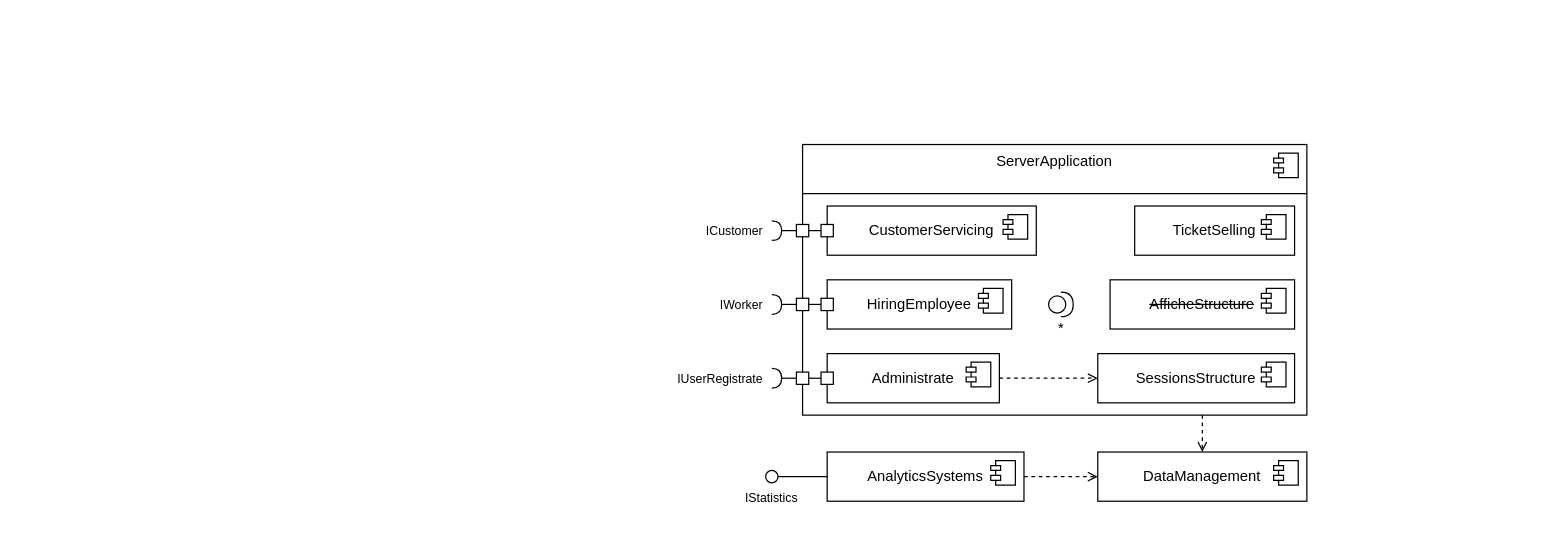
The draw.io diagram Диаграмма компонентов.drawio in ANDaniell/-design-practice, before the edit. Source tidied: cells renumbered, new cells numbered last; positions are measured from the earlier drawing's top-left corner, leaving out a move shared by most shapes. Both pictures are drawn from the tidied source at 123%, with x=0, y=0 at pixel (765, 144).
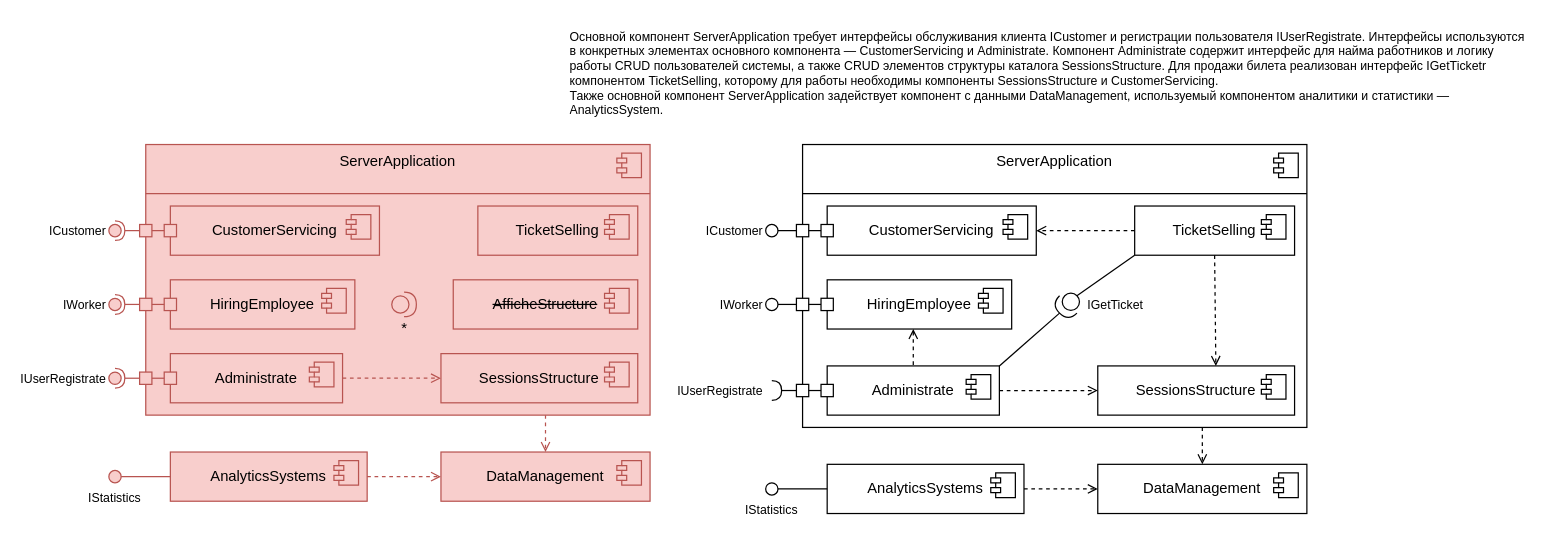
Above is the later version.

The change refers to these unchanged cells:
```xml
<mxCell id="19" value="TicketSelling" style="html=1;whiteSpace=wrap;align=center;verticalAlign=middle;" parent="1" vertex="1">
  <mxGeometry x="300" y="50" width="130" height="40" as="geometry" />
</mxCell>
<mxCell id="21" value="CustomerServicing" style="html=1;whiteSpace=wrap;align=center;verticalAlign=middle;" parent="1" vertex="1">
  <mxGeometry x="50" y="50" width="170" height="40" as="geometry" />
</mxCell>
<mxCell id="37" style="whiteSpace=wrap;html=1;" parent="1" vertex="1">
  <mxGeometry x="25" y="125" width="10" height="10" as="geometry" />
</mxCell>
```

The edit, as a diff of the source:
```diff
@@
     <mxCell id="2" value="ServerApplication" style="html=1;whiteSpace=wrap;verticalAlign=top;" parent="1" vertex="1">
-      <mxGeometry x="30" width="410" height="220" as="geometry" />
+      <mxGeometry x="30" width="410" height="230" as="geometry" />
     </mxCell>
@@
     <mxCell id="5" value="Administrate" style="html=1;whiteSpace=wrap;align=center;verticalAlign=middle;" parent="1" vertex="1">
-      <mxGeometry x="50" y="170" width="140" height="40" as="geometry" />
+      <mxGeometry x="50" y="180" width="140" height="40" as="geometry" />
     </mxCell>
@@
     <mxCell id="7" value="AnalyticsSystems" style="html=1;whiteSpace=wrap;align=center;verticalAlign=middle;" parent="1" vertex="1">
-      <mxGeometry x="50" y="250" width="160" height="40" as="geometry" />
+      <mxGeometry x="50" y="260" width="160" height="40" as="geometry" />
     </mxCell>
@@
     <mxCell id="9" value="DataManagement" style="html=1;whiteSpace=wrap;align=center;verticalAlign=middle;" parent="1" vertex="1">
-      <mxGeometry x="270" y="250" width="170" height="40" as="geometry" />
+      <mxGeometry x="270" y="260" width="170" height="40" as="geometry" />
     </mxCell>
@@
     <mxCell id="11" value="IStatistics" style="ellipse;whiteSpace=wrap;html=1;labelPosition=center;verticalLabelPosition=bottom;align=center;verticalAlign=top;fontSize=10;" parent="1" vertex="1">
-      <mxGeometry y="265" width="10" height="10" as="geometry" />
+      <mxGeometry y="275" width="10" height="10" as="geometry" />
     </mxCell>
@@
-    <mxCell id="13" value="&lt;strike&gt;AfficheStructure&lt;/strike&gt;" style="html=1;whiteSpace=wrap;align=center;verticalAlign=middle;" parent="1" vertex="1">
-      <mxGeometry x="280" y="110" width="150" height="40" as="geometry" />
-    </mxCell>
-    <mxCell id="14" style="shape=module;jettyWidth=8;jettyHeight=4;" parent="13" vertex="1">
-      <mxGeometry x="1" width="20" height="20" relative="1" as="geometry">
-        <mxPoint x="-27" y="7" as="offset" />
-      </mxGeometry>
-    </mxCell>
     <mxCell id="15" value="SessionsStructure" style="html=1;whiteSpace=wrap;align=center;verticalAlign=middle;" parent="1" vertex="1">
-      <mxGeometry x="270" y="170" width="160" height="40" as="geometry" />
+      <mxGeometry x="270" y="180" width="160" height="40" as="geometry" />
     </mxCell>
@@
-    <mxCell id="23" style="rounded=0;jettySize=auto;html=1;endArrow=halfCircle;endFill=0;endSize=6;strokeWidth=1;sketch=0;fontSize=12;curved=1;" parent="1" edge="1" target="24">
-      <mxGeometry relative="1" as="geometry">
-        <mxPoint x="30" y="70" as="sourcePoint" />
-      </mxGeometry>
-    </mxCell>
-    <mxCell id="24" value="ICustomer" style="ellipse;whiteSpace=wrap;html=1;align=right;fillColor=none;strokeColor=none;perimeter=centerPerimeter;points=[];outlineConnect=1;labelPosition=left;verticalLabelPosition=middle;verticalAlign=middle;fontSize=10;" parent="1" vertex="1">
-      <mxGeometry y="65" width="10" height="10" as="geometry" />
-    </mxCell>
-    <mxCell id="25" style="whiteSpace=wrap;html=1;" parent="1" vertex="1">
-      <mxGeometry x="45" y="65" width="10" height="10" as="geometry" />
-    </mxCell>
-    <mxCell id="26" style="whiteSpace=wrap;html=1;" parent="1" vertex="1">
-      <mxGeometry x="25" y="65" width="10" height="10" as="geometry" />
-    </mxCell>
-    <mxCell id="27" value="*" style="shape=providedRequiredInterface;html=1;verticalLabelPosition=bottom;sketch=0;" parent="1" vertex="1">
-      <mxGeometry x="230" y="120" width="20" height="20" as="geometry" />
-    </mxCell>
-    <mxCell id="28" style="endArrow=none;html=1;rounded=0;exitX=1;exitY=0.5;exitDx=0;exitDy=0;entryX=0;entryY=0.5;entryDx=0;entryDy=0;" parent="1" edge="1" source="26" target="25">
-      <mxGeometry relative="1" as="geometry" />
-    </mxCell>
     <mxCell id="29" style="rounded=0;jettySize=auto;html=1;endArrow=halfCircle;endFill=0;endSize=6;strokeWidth=1;sketch=0;fontSize=12;curved=1;" parent="1" edge="1" target="30">
       <mxGeometry relative="1" as="geometry">
-        <mxPoint x="30" y="190" as="sourcePoint" />
+        <mxPoint x="30" y="200" as="sourcePoint" />
       </mxGeometry>
     </mxCell>
     <mxCell id="30" value="IUserRegistrate" style="ellipse;whiteSpace=wrap;html=1;align=right;fillColor=none;strokeColor=none;perimeter=centerPerimeter;points=[];outlineConnect=1;labelPosition=left;verticalLabelPosition=middle;verticalAlign=middle;fontSize=10;" parent="1" vertex="1">
-      <mxGeometry y="185" width="10" height="10" as="geometry" />
+      <mxGeometry y="195" width="10" height="10" as="geometry" />
     </mxCell>
     <mxCell id="31" style="whiteSpace=wrap;html=1;" parent="1" vertex="1">
-      <mxGeometry x="45" y="185" width="10" height="10" as="geometry" />
+      <mxGeometry x="45" y="195" width="10" height="10" as="geometry" />
     </mxCell>
     <mxCell id="32" style="whiteSpace=wrap;html=1;" parent="1" vertex="1">
-      <mxGeometry x="25" y="185" width="10" height="10" as="geometry" />
+      <mxGeometry x="25" y="195" width="10" height="10" as="geometry" />
     </mxCell>
@@
-    <mxCell id="34" style="rounded=0;jettySize=auto;html=1;endArrow=halfCircle;endFill=0;endSize=6;strokeWidth=1;sketch=0;fontSize=12;curved=1;" parent="1" edge="1" target="35">
-      <mxGeometry relative="1" as="geometry">
-        <mxPoint x="30" y="130" as="sourcePoint" />
-      </mxGeometry>
-    </mxCell>
-    <mxCell id="35" value="IWorker" style="ellipse;whiteSpace=wrap;html=1;align=right;fillColor=none;strokeColor=none;perimeter=centerPerimeter;points=[];outlineConnect=1;labelPosition=left;verticalLabelPosition=middle;verticalAlign=middle;fontSize=10;" parent="1" vertex="1">
-      <mxGeometry y="125" width="10" height="10" as="geometry" />
-    </mxCell>
@@
     <mxCell id="40" style="endArrow=open;dashed=1;html=1;rounded=0;entryX=0.5;entryY=0;entryDx=0;entryDy=0;endFill=0;" parent="1" edge="1" target="9">
       <mxGeometry relative="1" as="geometry">
-        <mxPoint x="355" y="220" as="sourcePoint" />
+        <mxPoint x="355" y="230" as="sourcePoint" />
       </mxGeometry>
     </mxCell>
@@
+    <mxCell id="42" style="endArrow=open;dashed=1;html=1;rounded=0;exitX=0;exitY=0.5;exitDx=0;exitDy=0;entryX=1;entryY=0.5;entryDx=0;entryDy=0;endFill=0;" parent="1" edge="1" source="19" target="21">
+      <mxGeometry relative="1" as="geometry" />
+    </mxCell>
+    <mxCell id="43" style="endArrow=open;dashed=1;html=1;rounded=0;exitX=0.5;exitY=1;exitDx=0;exitDy=0;endFill=0;" parent="1" edge="1" source="19">
+      <mxGeometry relative="1" as="geometry">
+        <mxPoint x="366" y="180" as="targetPoint" />
+      </mxGeometry>
+    </mxCell>
+    <mxCell id="44" style="endArrow=none;html=1;rounded=0;exitX=0;exitY=0.5;exitDx=0;exitDy=0;entryX=0;entryY=1;entryDx=0;entryDy=0;exitPerimeter=0;" parent="1" edge="1" source="46" target="19">
+      <mxGeometry relative="1" as="geometry" />
+    </mxCell>
+    <mxCell id="45" style="endArrow=none;html=1;rounded=0;exitX=1;exitY=0;exitDx=0;exitDy=0;entryX=1;entryY=0.5;entryDx=0;entryDy=0;entryPerimeter=0;" parent="1" edge="1" source="5" target="46">
+      <mxGeometry relative="1" as="geometry" />
+    </mxCell>
+    <mxCell id="46" style="shape=providedRequiredInterface;html=1;verticalLabelPosition=bottom;sketch=0;rotation=135;" parent="1" vertex="1">
+      <mxGeometry x="236" y="120" width="20" height="20" as="geometry" />
+    </mxCell>
+    <mxCell id="47" value="IGetTicket" style="text;strokeColor=none;fillColor=none;align=left;verticalAlign=top;spacingLeft=4;spacingRight=4;overflow=hidden;fontSize=10;" parent="1" vertex="1">
+      <mxGeometry x="256" y="118" width="60" height="24" as="geometry" />
+    </mxCell>
+    <mxCell id="48" value="IWorker" style="ellipse;whiteSpace=wrap;html=1;labelPosition=left;verticalLabelPosition=middle;align=right;verticalAlign=middle;fontSize=10;" parent="1" vertex="1">
+      <mxGeometry y="125" width="10" height="10" as="geometry" />
+    </mxCell>
+    <mxCell id="49" style="endArrow=none;html=1;rounded=0;exitX=1;exitY=0.5;exitDx=0;exitDy=0;entryX=0;entryY=0.5;entryDx=0;entryDy=0;" parent="1" edge="1" source="48" target="37">
+      <mxGeometry relative="1" as="geometry" />
+    </mxCell>
+    <mxCell id="50" style="endArrow=none;dashed=1;html=1;rounded=0;entryX=0.5;entryY=0;entryDx=0;entryDy=0;endFill=0;startArrow=open;startFill=0;" parent="1" edge="1" target="5">
+      <mxGeometry relative="1" as="geometry">
+        <mxPoint x="120" y="150" as="sourcePoint" />
+      </mxGeometry>
+    </mxCell>
+    <mxCell id="51" value="ServerApplication" style="html=1;whiteSpace=wrap;verticalAlign=top;fillColor=#f8cecc;strokeColor=#b85450;" parent="1" vertex="1">
+      <mxGeometry x="-504" width="410" height="220" as="geometry" />
+    </mxCell>
+    <mxCell id="52" style="shape=module;jettyWidth=8;jettyHeight=4;fillColor=#f8cecc;strokeColor=#b85450;" parent="51" vertex="1">
+      <mxGeometry x="1" width="20" height="20" relative="1" as="geometry">
+        <mxPoint x="-27" y="7" as="offset" />
+      </mxGeometry>
+    </mxCell>
+    <mxCell id="53" style="endArrow=none;html=1;rounded=0;exitX=0.998;exitY=0.103;exitDx=0;exitDy=0;exitPerimeter=0;entryX=0.003;entryY=0.103;entryDx=0;entryDy=0;entryPerimeter=0;fillColor=#f8cecc;strokeColor=#b85450;" parent="1" edge="1">
+      <mxGeometry relative="1" as="geometry">
+        <mxPoint x="-94" y="40" as="sourcePoint" />
+        <mxPoint x="-504" y="40" as="targetPoint" />
+      </mxGeometry>
+    </mxCell>
+    <mxCell id="54" value="Administrate" style="html=1;whiteSpace=wrap;align=center;verticalAlign=middle;fillColor=#f8cecc;strokeColor=#b85450;" parent="1" vertex="1">
+      <mxGeometry x="-484" y="170" width="140" height="40" as="geometry" />
+    </mxCell>
+    <mxCell id="55" style="shape=module;jettyWidth=8;jettyHeight=4;fillColor=#f8cecc;strokeColor=#b85450;" parent="54" vertex="1">
+      <mxGeometry x="1" width="20" height="20" relative="1" as="geometry">
+        <mxPoint x="-27" y="7" as="offset" />
+      </mxGeometry>
+    </mxCell>
+    <mxCell id="56" value="AnalyticsSystems" style="html=1;whiteSpace=wrap;align=center;verticalAlign=middle;fillColor=#f8cecc;strokeColor=#b85450;" parent="1" vertex="1">
+      <mxGeometry x="-484" y="250" width="160" height="40" as="geometry" />
+    </mxCell>
+    <mxCell id="57" style="shape=module;jettyWidth=8;jettyHeight=4;fillColor=#f8cecc;strokeColor=#b85450;" parent="56" vertex="1">
+      <mxGeometry x="1" width="20" height="20" relative="1" as="geometry">
+        <mxPoint x="-27" y="7" as="offset" />
+      </mxGeometry>
+    </mxCell>
+    <mxCell id="58" value="DataManagement" style="html=1;whiteSpace=wrap;align=center;verticalAlign=middle;fillColor=#f8cecc;strokeColor=#b85450;" parent="1" vertex="1">
+      <mxGeometry x="-264" y="250" width="170" height="40" as="geometry" />
+    </mxCell>
+    <mxCell id="59" style="shape=module;jettyWidth=8;jettyHeight=4;fillColor=#f8cecc;strokeColor=#b85450;" parent="58" vertex="1">
+      <mxGeometry x="1" width="20" height="20" relative="1" as="geometry">
+        <mxPoint x="-27" y="7" as="offset" />
+      </mxGeometry>
+    </mxCell>
+    <mxCell id="60" value="IStatistics" style="ellipse;whiteSpace=wrap;html=1;labelPosition=center;verticalLabelPosition=bottom;align=center;verticalAlign=top;fontSize=10;fillColor=#f8cecc;strokeColor=#b85450;" parent="1" vertex="1">
+      <mxGeometry x="-534" y="265" width="10" height="10" as="geometry" />
+    </mxCell>
+    <mxCell id="61" style="endArrow=open;dashed=1;html=1;rounded=0;entryX=0;entryY=0.5;entryDx=0;entryDy=0;exitX=1;exitY=0.5;exitDx=0;exitDy=0;endFill=0;fillColor=#f8cecc;strokeColor=#b85450;" parent="1" edge="1" source="56" target="58">
+      <mxGeometry relative="1" as="geometry" />
+    </mxCell>
+    <mxCell id="13" value="&lt;strike&gt;AfficheStructure&lt;/strike&gt;" style="html=1;whiteSpace=wrap;align=center;verticalAlign=middle;fillColor=#f8cecc;strokeColor=#b85450;" parent="1" vertex="1">
+      <mxGeometry x="-254" y="110" width="150" height="40" as="geometry" />
+    </mxCell>
+    <mxCell id="62" style="shape=module;jettyWidth=8;jettyHeight=4;fillColor=#f8cecc;strokeColor=#b85450;" parent="13" vertex="1">
+      <mxGeometry x="1" width="20" height="20" relative="1" as="geometry">
+        <mxPoint x="-27" y="7" as="offset" />
+      </mxGeometry>
+    </mxCell>
+    <mxCell id="63" value="SessionsStructure" style="html=1;whiteSpace=wrap;align=center;verticalAlign=middle;fillColor=#f8cecc;strokeColor=#b85450;" parent="1" vertex="1">
+      <mxGeometry x="-264" y="170" width="160" height="40" as="geometry" />
+    </mxCell>
+    <mxCell id="64" style="shape=module;jettyWidth=8;jettyHeight=4;fillColor=#f8cecc;strokeColor=#b85450;" parent="63" vertex="1">
+      <mxGeometry x="1" width="20" height="20" relative="1" as="geometry">
+        <mxPoint x="-27" y="7" as="offset" />
+      </mxGeometry>
+    </mxCell>
+    <mxCell id="65" value="HiringEmployee" style="html=1;whiteSpace=wrap;align=center;verticalAlign=middle;fillColor=#f8cecc;strokeColor=#b85450;" parent="1" vertex="1">
+      <mxGeometry x="-484" y="110" width="150" height="40" as="geometry" />
+    </mxCell>
+    <mxCell id="66" style="shape=module;jettyWidth=8;jettyHeight=4;fillColor=#f8cecc;strokeColor=#b85450;" parent="65" vertex="1">
+      <mxGeometry x="1" width="20" height="20" relative="1" as="geometry">
+        <mxPoint x="-27" y="7" as="offset" />
+      </mxGeometry>
+    </mxCell>
+    <mxCell id="67" value="TicketSelling" style="html=1;whiteSpace=wrap;align=center;verticalAlign=middle;fillColor=#f8cecc;strokeColor=#b85450;" parent="1" vertex="1">
+      <mxGeometry x="-234" y="50" width="130" height="40" as="geometry" />
+    </mxCell>
+    <mxCell id="68" style="shape=module;jettyWidth=8;jettyHeight=4;fillColor=#f8cecc;strokeColor=#b85450;" parent="67" vertex="1">
+      <mxGeometry x="1" width="20" height="20" relative="1" as="geometry">
+        <mxPoint x="-27" y="7" as="offset" />
+      </mxGeometry>
+    </mxCell>
+    <mxCell id="69" value="CustomerServicing" style="html=1;whiteSpace=wrap;align=center;verticalAlign=middle;fillColor=#f8cecc;strokeColor=#b85450;" parent="1" vertex="1">
+      <mxGeometry x="-484" y="50" width="170" height="40" as="geometry" />
+    </mxCell>
+    <mxCell id="70" style="shape=module;jettyWidth=8;jettyHeight=4;fillColor=#f8cecc;strokeColor=#b85450;" parent="69" vertex="1">
+      <mxGeometry x="1" width="20" height="20" relative="1" as="geometry">
+        <mxPoint x="-27" y="7" as="offset" />
+      </mxGeometry>
+    </mxCell>
+    <mxCell id="27" value="*" style="shape=providedRequiredInterface;html=1;verticalLabelPosition=bottom;sketch=0;fillColor=#f8cecc;strokeColor=#b85450;" parent="1" vertex="1">
+      <mxGeometry x="-304" y="120" width="20" height="20" as="geometry" />
+    </mxCell>
+    <mxCell id="71" style="rounded=0;jettySize=auto;html=1;endArrow=halfCircle;endFill=0;endSize=6;strokeWidth=1;sketch=0;fontSize=12;curved=1;fillColor=#f8cecc;strokeColor=#b85450;" parent="1" edge="1" target="72">
+      <mxGeometry relative="1" as="geometry">
+        <mxPoint x="-504" y="190" as="sourcePoint" />
+      </mxGeometry>
+    </mxCell>
+    <mxCell id="72" value="IUserRegistrate" style="ellipse;whiteSpace=wrap;html=1;align=right;fillColor=#f8cecc;strokeColor=#b85450;perimeter=centerPerimeter;points=[];outlineConnect=1;labelPosition=left;verticalLabelPosition=middle;verticalAlign=middle;fontSize=10;" parent="1" vertex="1">
+      <mxGeometry x="-534" y="185" width="10" height="10" as="geometry" />
+    </mxCell>
+    <mxCell id="73" style="whiteSpace=wrap;html=1;fillColor=#f8cecc;strokeColor=#b85450;" parent="1" vertex="1">
+      <mxGeometry x="-489" y="185" width="10" height="10" as="geometry" />
+    </mxCell>
+    <mxCell id="74" style="whiteSpace=wrap;html=1;fillColor=#f8cecc;strokeColor=#b85450;" parent="1" vertex="1">
+      <mxGeometry x="-509" y="185" width="10" height="10" as="geometry" />
+    </mxCell>
+    <mxCell id="75" style="endArrow=none;html=1;rounded=0;exitX=1;exitY=0.5;exitDx=0;exitDy=0;entryX=0;entryY=0.5;entryDx=0;entryDy=0;fillColor=#f8cecc;strokeColor=#b85450;" parent="1" edge="1" source="74" target="73">
+      <mxGeometry relative="1" as="geometry" />
+    </mxCell>
+    <mxCell id="76" style="rounded=0;jettySize=auto;html=1;endArrow=halfCircle;endFill=0;endSize=6;strokeWidth=1;sketch=0;fontSize=12;curved=1;fillColor=#f8cecc;strokeColor=#b85450;" parent="1" edge="1" target="77">
+      <mxGeometry relative="1" as="geometry">
+        <mxPoint x="-504" y="130" as="sourcePoint" />
+      </mxGeometry>
+    </mxCell>
+    <mxCell id="77" value="IWorker" style="ellipse;whiteSpace=wrap;html=1;align=right;fillColor=#f8cecc;strokeColor=#b85450;perimeter=centerPerimeter;points=[];outlineConnect=1;labelPosition=left;verticalLabelPosition=middle;verticalAlign=middle;fontSize=10;" parent="1" vertex="1">
+      <mxGeometry x="-534" y="125" width="10" height="10" as="geometry" />
+    </mxCell>
+    <mxCell id="78" style="whiteSpace=wrap;html=1;fillColor=#f8cecc;strokeColor=#b85450;" parent="1" vertex="1">
+      <mxGeometry x="-489" y="125" width="10" height="10" as="geometry" />
+    </mxCell>
+    <mxCell id="79" style="whiteSpace=wrap;html=1;fillColor=#f8cecc;strokeColor=#b85450;" parent="1" vertex="1">
+      <mxGeometry x="-509" y="125" width="10" height="10" as="geometry" />
+    </mxCell>
+    <mxCell id="80" style="endArrow=none;html=1;rounded=0;exitX=1;exitY=0.5;exitDx=0;exitDy=0;entryX=0;entryY=0.5;entryDx=0;entryDy=0;fillColor=#f8cecc;strokeColor=#b85450;" parent="1" edge="1" source="79" target="78">
+      <mxGeometry relative="1" as="geometry" />
+    </mxCell>
+    <mxCell id="81" style="endArrow=none;html=1;rounded=0;exitX=1;exitY=0.5;exitDx=0;exitDy=0;entryX=0;entryY=0.5;entryDx=0;entryDy=0;fillColor=#f8cecc;strokeColor=#b85450;" parent="1" edge="1" source="60" target="56">
+      <mxGeometry relative="1" as="geometry" />
+    </mxCell>
+    <mxCell id="82" style="endArrow=open;dashed=1;html=1;rounded=0;entryX=0.5;entryY=0;entryDx=0;entryDy=0;endFill=0;fillColor=#f8cecc;strokeColor=#b85450;" parent="1" edge="1" target="58">
+      <mxGeometry relative="1" as="geometry">
+        <mxPoint x="-179" y="220" as="sourcePoint" />
+      </mxGeometry>
+    </mxCell>
+    <mxCell id="83" style="endArrow=open;dashed=1;html=1;rounded=0;exitX=1;exitY=0.5;exitDx=0;exitDy=0;entryX=0;entryY=0.5;entryDx=0;entryDy=0;endFill=0;fillColor=#f8cecc;strokeColor=#b85450;" parent="1" edge="1" source="54" target="63">
+      <mxGeometry relative="1" as="geometry" />
+    </mxCell>
+    <mxCell id="84" style="rounded=0;jettySize=auto;html=1;endArrow=halfCircle;endFill=0;endSize=6;strokeWidth=1;sketch=0;fontSize=12;curved=1;fillColor=#f8cecc;strokeColor=#b85450;" parent="1" edge="1" target="85">
+      <mxGeometry relative="1" as="geometry">
+        <mxPoint x="-504" y="70" as="sourcePoint" />
+      </mxGeometry>
+    </mxCell>
+    <mxCell id="85" value="ICustomer" style="ellipse;whiteSpace=wrap;html=1;align=right;fillColor=#f8cecc;strokeColor=#b85450;perimeter=centerPerimeter;points=[];outlineConnect=1;labelPosition=left;verticalLabelPosition=middle;verticalAlign=middle;fontSize=10;" parent="1" vertex="1">
+      <mxGeometry x="-534" y="65" width="10" height="10" as="geometry" />
+    </mxCell>
+    <mxCell id="86" style="whiteSpace=wrap;html=1;fillColor=#f8cecc;strokeColor=#b85450;" parent="1" vertex="1">
+      <mxGeometry x="-489" y="65" width="10" height="10" as="geometry" />
+    </mxCell>
+    <mxCell id="87" style="whiteSpace=wrap;html=1;fillColor=#f8cecc;strokeColor=#b85450;" parent="1" vertex="1">
+      <mxGeometry x="-509" y="65" width="10" height="10" as="geometry" />
+    </mxCell>
+    <mxCell id="88" style="endArrow=none;html=1;rounded=0;exitX=1;exitY=0.5;exitDx=0;exitDy=0;entryX=0;entryY=0.5;entryDx=0;entryDy=0;fillColor=#f8cecc;strokeColor=#b85450;" parent="1" edge="1" source="87" target="86">
+      <mxGeometry relative="1" as="geometry" />
+    </mxCell>
+    <mxCell id="25" style="whiteSpace=wrap;html=1;" parent="1" vertex="1">
+      <mxGeometry x="45" y="65" width="10" height="10" as="geometry" />
+    </mxCell>
+    <mxCell id="26" style="whiteSpace=wrap;html=1;" parent="1" vertex="1">
+      <mxGeometry x="25" y="65" width="10" height="10" as="geometry" />
+    </mxCell>
+    <mxCell id="28" style="endArrow=none;html=1;rounded=0;exitX=1;exitY=0.5;exitDx=0;exitDy=0;entryX=0;entryY=0.5;entryDx=0;entryDy=0;" parent="1" edge="1" source="26" target="25">
+      <mxGeometry relative="1" as="geometry" />
+    </mxCell>
+    <mxCell id="89" value="ICustomer" style="ellipse;whiteSpace=wrap;html=1;labelPosition=left;verticalLabelPosition=middle;align=right;verticalAlign=middle;fontSize=10;" parent="1" vertex="1">
+      <mxGeometry y="65" width="10" height="10" as="geometry" />
+    </mxCell>
+    <mxCell id="90" style="endArrow=none;html=1;rounded=0;exitX=1;exitY=0.5;exitDx=0;exitDy=0;entryX=0;entryY=0.5;entryDx=0;entryDy=0;" parent="1" edge="1" source="89" target="26">
+      <mxGeometry relative="1" as="geometry" />
+    </mxCell>
+    <mxCell id="91" value="Основной компонент ServerApplication требует интерфейсы обслуживания клиента ICustomer и регистрации пользователя IUserRegistrate. Интерфейсы используются в конкретных элементах основного компонента — CustomerServicing и Administrate. Компонент Administrate содержит интерфейс для найма работников и логику работы CRUD пользователей системы, а также CRUD элементов структуры каталога SessionsStructure. Для продажи билета реализован интерфейс IGetTicketr компонентом TicketSelling, которому для работы необходимы компоненты SessionsStructure и CustomerServicing.&#10;Также основной компонент ServerApplication задействует компонент с данными DataManagement, используемый компонентом аналитики и статистики — AnalyticsSystem." style="text;strokeColor=none;fillColor=none;align=left;verticalAlign=top;spacingLeft=4;spacingRight=4;overflow=hidden;fontSize=10;whiteSpace=wrap;" parent="1" vertex="1">
+      <mxGeometry x="-165" y="-100" width="791" height="90" as="geometry" />
+    </mxCell>
```
